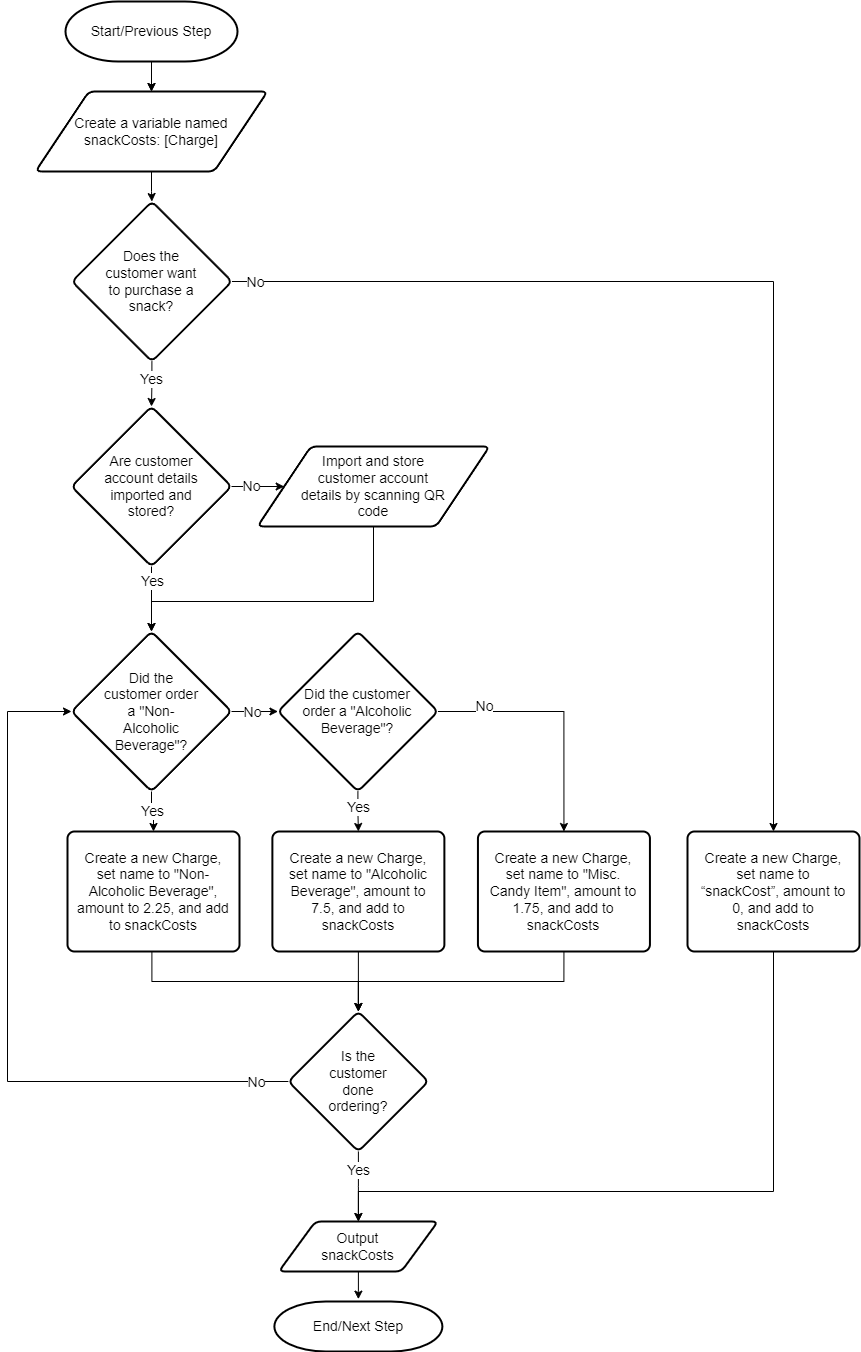
lucanovello/Winter-2024 keeps this draw.io diagram as APS145NFF/W5/logic3-Luca Novello_part4.png. Above is the earlier version. Source tidied: cells renumbered, new cells last; positions are measured from the earlier drawing's top-left corner, leaving out a move shared by most shapes.
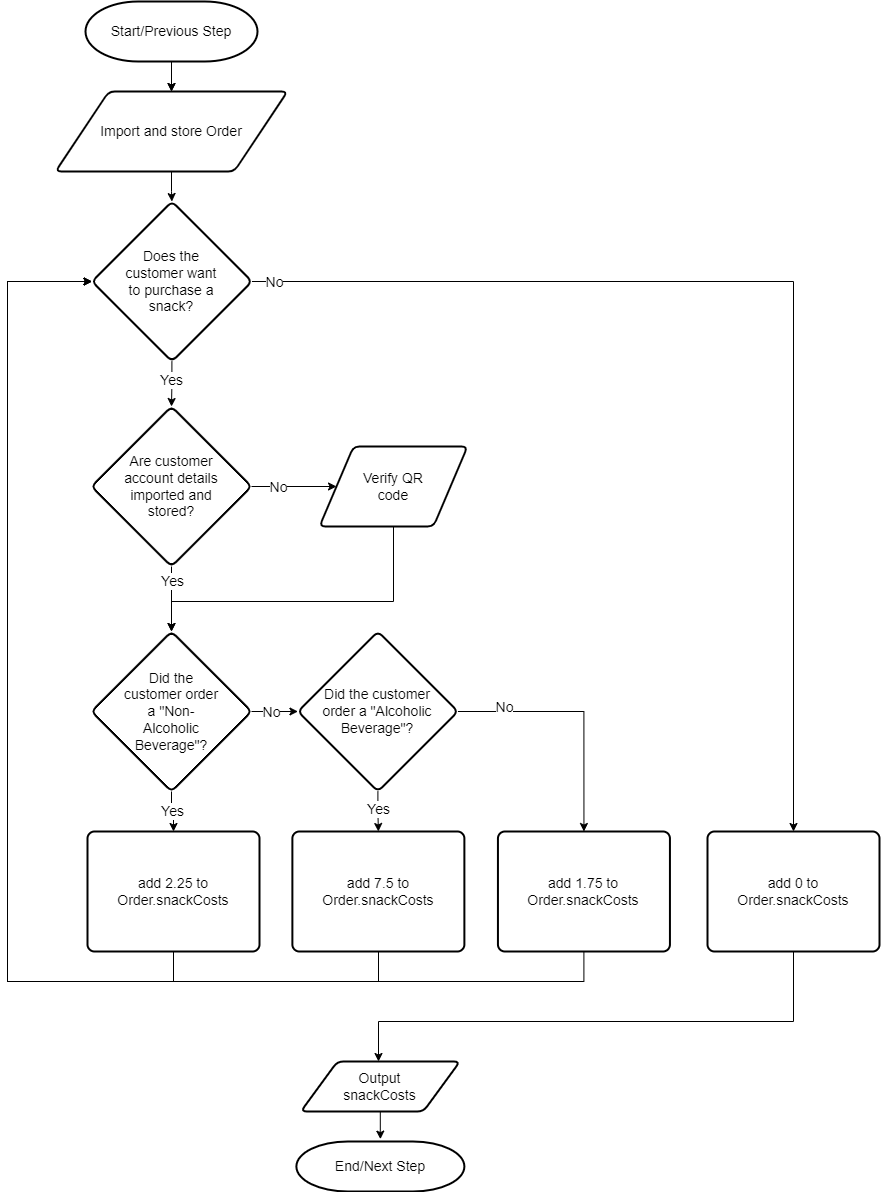
The same diagram one commit later.

Diff of the diagram source:
```diff
@@ -53,71 +53,55 @@
     <mxCell id="14" style="edgeStyle=orthogonalEdgeStyle;rounded=0;jettySize=auto;html=1;fontSize=14;" parent="1" edge="1" source="15" target="35">
       <mxGeometry relative="1" as="geometry" />
     </mxCell>
-    <mxCell id="15" value="&lt;div style=&quot;font-size: 14px;&quot;&gt;&lt;div style=&quot;font-size: 14px;&quot;&gt;Create a variable named snackCosts: [Charge]&lt;/div&gt;&lt;/div&gt;" style="shape=parallelogram;html=1;strokeWidth=2;perimeter=parallelogramPerimeter;whiteSpace=wrap;rounded=1;arcSize=12;size=0.23;spacing=20;spacingTop=0;spacingBottom=0;spacingLeft=15;spacingRight=15;fontSize=14;" parent="1" vertex="1">
+    <mxCell id="15" value="&lt;div style=&quot;font-size: 14px;&quot;&gt;&lt;div style=&quot;font-size: 14px;&quot;&gt;&lt;div&gt;Import and store Order&lt;/div&gt;&lt;/div&gt;&lt;/div&gt;" style="shape=parallelogram;html=1;strokeWidth=2;perimeter=parallelogramPerimeter;whiteSpace=wrap;rounded=1;arcSize=12;size=0.23;spacing=20;spacingTop=0;spacingBottom=0;spacingLeft=15;spacingRight=15;fontSize=14;" parent="1" vertex="1">
       <mxGeometry x="28" y="90" width="232" height="80" as="geometry" />
     </mxCell>
     <mxCell id="16" style="edgeStyle=orthogonalEdgeStyle;rounded=0;jettySize=auto;html=1;entryX=0.5;entryY=-0.047;entryDx=0;entryDy=0;entryPerimeter=0;fontSize=14;" parent="1" edge="1" source="17" target="20">
       <mxGeometry relative="1" as="geometry" />
     </mxCell>
     <mxCell id="17" value="&lt;div style=&quot;font-size: 14px;&quot;&gt;Output snackCosts&lt;/div&gt;" style="shape=parallelogram;html=1;strokeWidth=2;perimeter=parallelogramPerimeter;whiteSpace=wrap;rounded=1;arcSize=12;size=0.23;spacing=20;spacingTop=20;spacingBottom=20;spacingLeft=30;spacingRight=30;fontSize=14;" parent="1" vertex="1">
-      <mxGeometry x="271.3" y="1220" width="159.1" height="50" as="geometry" />
+      <mxGeometry x="273.3" y="1060" width="159.1" height="50" as="geometry" />
     </mxCell>
-    <mxCell id="18" style="edgeStyle=orthogonalEdgeStyle;rounded=0;jettySize=auto;html=1;fontSize=14;exitX=0.5;exitY=1;exitDx=0;exitDy=0;" parent="1" edge="1" source="29" target="25">
-      <mxGeometry relative="1" as="geometry" />
-    </mxCell>
     <mxCell id="19" style="edgeStyle=orthogonalEdgeStyle;rounded=0;jettySize=auto;html=1;fontSize=14;exitX=0.5;exitY=1;exitDx=0;exitDy=0;exitPerimeter=0;" parent="1" edge="1" source="3" target="15">
       <mxGeometry relative="1" as="geometry" />
     </mxCell>
     <mxCell id="20" value="End/Next Step" style="strokeWidth=2;html=1;shape=mxgraph.flowchart.terminator;whiteSpace=wrap;spacing=20;spacingTop=5;spacingBottom=5;spacingLeft=5;spacingRight=5;fontSize=14;" parent="1" vertex="1">
-      <mxGeometry x="266.9" y="1300" width="168" height="50" as="geometry" />
+      <mxGeometry x="268.9" y="1140" width="168" height="50" as="geometry" />
     </mxCell>
-    <mxCell id="21" style="edgeStyle=orthogonalEdgeStyle;rounded=0;jettySize=auto;html=1;fontSize=14;" parent="1" edge="1" source="25" target="17">
-      <mxGeometry relative="1" as="geometry" />
-    </mxCell>
-    <mxCell id="22" value="Yes" style="edgeLabel;html=1;align=center;verticalAlign=middle;fontSize=14;" parent="21" vertex="1">
-      <mxGeometry x="-0.16" y="-1" relative="1" as="geometry">
-        <mxPoint x="1" y="-10" as="offset" />
-      </mxGeometry>
-    </mxCell>
-    <mxCell id="23" style="edgeStyle=orthogonalEdgeStyle;rounded=0;jettySize=auto;html=1;entryX=0;entryY=0.5;entryDx=0;entryDy=0;exitX=0;exitY=0.5;exitDx=0;exitDy=0;fontSize=14;" parent="1" edge="1" source="25" target="13">
-      <mxGeometry relative="1" as="geometry">
-        <Array as="points">
-          <mxPoint y="1080" />
-          <mxPoint y="710" />
-        </Array>
-      </mxGeometry>
-    </mxCell>
-    <mxCell id="24" value="No" style="edgeLabel;html=1;align=center;verticalAlign=middle;fontSize=14;" parent="23" vertex="1">
-      <mxGeometry x="-0.9" y="1" relative="1" as="geometry">
-        <mxPoint x="2" y="-1" as="offset" />
-      </mxGeometry>
-    </mxCell>
-    <mxCell id="25" value="&lt;p style=&quot;line-height: 120%; font-size: 14px;&quot;&gt;Is the customer done ordering?&lt;br style=&quot;font-size: 14px;&quot;&gt;&lt;/p&gt;" style="rhombus;whiteSpace=wrap;html=1;strokeWidth=2;rounded=1;arcSize=12;verticalAlign=middle;horizontal=1;spacing=21;spacingBottom=5;spacingTop=5;spacingLeft=5;spacingRight=5;fontSize=14;" parent="1" vertex="1">
-      <mxGeometry x="280.9" y="1010" width="140" height="140" as="geometry" />
-    </mxCell>
-    <mxCell id="26" style="edgeStyle=orthogonalEdgeStyle;rounded=0;jettySize=auto;html=1;entryX=0.5;entryY=0;entryDx=0;entryDy=0;fontSize=14;exitX=0.5;exitY=1;exitDx=0;exitDy=0;" parent="1" edge="1" source="30" target="25">
-      <mxGeometry relative="1" as="geometry">
-        <Array as="points">
-          <mxPoint x="556.4" y="980" />
-          <mxPoint x="350.4" y="980" />
-        </Array>
-      </mxGeometry>
-    </mxCell>
-    <mxCell id="27" style="edgeStyle=orthogonalEdgeStyle;rounded=0;jettySize=auto;html=1;entryX=0.5;entryY=0;entryDx=0;entryDy=0;fontSize=14;" parent="1" edge="1" source="28" target="25">
-      <mxGeometry relative="1" as="geometry">
-        <Array as="points">
-          <mxPoint x="144.4" y="980" />
-          <mxPoint x="350.4" y="980" />
-        </Array>
-      </mxGeometry>
-    </mxCell>
+    <mxCell id="45" style="edgeStyle=orthogonalEdgeStyle;rounded=0;jettySize=auto;html=1;entryX=0;entryY=0.5;entryDx=0;entryDy=0;" parent="1" edge="1" source="28" target="35">
+      <mxGeometry relative="1" as="geometry">
+        <Array as="points">
+          <mxPoint x="146" y="980" />
+          <mxPoint x="-20" y="980" />
+          <mxPoint x="-20" y="280" />
+        </Array>
+      </mxGeometry>
+    </mxCell>
-    <mxCell id="28" value="Create a new Charge, set name to &quot;Non-Alcoholic Beverage&quot;, amount to 2.25, and add to snackCosts" style="rounded=1;whiteSpace=wrap;html=1;absoluteArcSize=1;arcSize=14;strokeWidth=2;spacing=10;spacingTop=0;spacingBottom=0;spacingLeft=0;spacingRight=0;fontSize=14;" parent="1" vertex="1">
+    <mxCell id="28" value="add 2.25 to Order.snackCosts" style="rounded=1;whiteSpace=wrap;html=1;absoluteArcSize=1;arcSize=14;strokeWidth=2;spacing=10;spacingTop=0;spacingBottom=0;spacingLeft=0;spacingRight=0;fontSize=14;" parent="1" vertex="1">
       <mxGeometry x="60" y="830" width="172" height="120" as="geometry" />
     </mxCell>
+    <mxCell id="46" style="edgeStyle=orthogonalEdgeStyle;rounded=0;jettySize=auto;html=1;entryX=0;entryY=0.5;entryDx=0;entryDy=0;" parent="1" edge="1" source="29" target="35">
+      <mxGeometry relative="1" as="geometry">
+        <Array as="points">
+          <mxPoint x="351" y="980" />
+          <mxPoint x="-20" y="980" />
+          <mxPoint x="-20" y="280" />
+        </Array>
+      </mxGeometry>
+    </mxCell>
-    <mxCell id="29" value="Create a new Charge, set name to &quot;Alcoholic Beverage&quot;, amount to 7.5, and add to snackCosts" style="rounded=1;whiteSpace=wrap;html=1;absoluteArcSize=1;arcSize=14;strokeWidth=2;spacing=10;spacingTop=0;spacingBottom=0;spacingLeft=0;spacingRight=0;fontSize=14;" parent="1" vertex="1">
+    <mxCell id="29" value="add 7.5 to Order.snackCosts" style="rounded=1;whiteSpace=wrap;html=1;absoluteArcSize=1;arcSize=14;strokeWidth=2;spacing=10;spacingTop=0;spacingBottom=0;spacingLeft=0;spacingRight=0;fontSize=14;" parent="1" vertex="1">
       <mxGeometry x="264.9" y="830" width="172" height="120" as="geometry" />
     </mxCell>
+    <mxCell id="47" style="edgeStyle=orthogonalEdgeStyle;rounded=0;jettySize=auto;html=1;entryX=0;entryY=0.5;entryDx=0;entryDy=0;" parent="1" edge="1" source="30" target="35">
+      <mxGeometry relative="1" as="geometry">
+        <Array as="points">
+          <mxPoint x="556" y="980" />
+          <mxPoint x="-20" y="980" />
+          <mxPoint x="-20" y="280" />
+        </Array>
+      </mxGeometry>
+    </mxCell>
-    <mxCell id="30" value="Create a new Charge, set name to &quot;Misc. Candy Item&quot;, amount to 1.75, and add to snackCosts" style="rounded=1;whiteSpace=wrap;html=1;absoluteArcSize=1;arcSize=14;strokeWidth=2;spacing=10;spacingTop=0;spacingBottom=0;spacingLeft=0;spacingRight=0;fontSize=14;" parent="1" vertex="1">
+    <mxCell id="30" value="add 1.75 to Order.snackCosts" style="rounded=1;whiteSpace=wrap;html=1;absoluteArcSize=1;arcSize=14;strokeWidth=2;spacing=10;spacingTop=0;spacingBottom=0;spacingLeft=0;spacingRight=0;fontSize=14;" parent="1" vertex="1">
       <mxGeometry x="470.4" y="830" width="172" height="120" as="geometry" />
     </mxCell>
     <mxCell id="31" style="edgeStyle=orthogonalEdgeStyle;rounded=0;jettySize=auto;html=1;fontSize=14;" parent="1" edge="1" source="35" target="40">
@@ -139,7 +123,9 @@
       <mxGeometry relative="1" as="geometry" />
     </mxCell>
     <mxCell id="37" value="No" style="edgeLabel;html=1;align=center;verticalAlign=middle;fontSize=14;" parent="36" vertex="1">
-      <mxGeometry x="0.16" y="1" relative="1" as="geometry" />
+      <mxGeometry x="0.16" y="1" relative="1" as="geometry">
+        <mxPoint x="-24" y="1" as="offset" />
+      </mxGeometry>
     </mxCell>
     <mxCell id="38" style="edgeStyle=orthogonalEdgeStyle;rounded=0;jettySize=auto;html=1;fontSize=14;" parent="1" edge="1" source="40" target="13">
       <mxGeometry relative="1" as="geometry" />
@@ -158,18 +144,19 @@
         </Array>
       </mxGeometry>
     </mxCell>
-    <mxCell id="42" value="&lt;div style=&quot;font-size: 14px;&quot;&gt;&lt;div style=&quot;font-size: 14px;&quot;&gt;Import and store customer account details by scanning QR code&lt;/div&gt;&lt;/div&gt;" style="shape=parallelogram;html=1;strokeWidth=2;perimeter=parallelogramPerimeter;whiteSpace=wrap;rounded=1;arcSize=12;size=0.23;spacing=20;spacingTop=0;spacingBottom=0;spacingLeft=20;spacingRight=20;fontSize=14;" parent="1" vertex="1">
-      <mxGeometry x="250" y="445" width="232" height="80" as="geometry" />
+    <mxCell id="42" value="&lt;div style=&quot;font-size: 14px;&quot;&gt;&lt;div style=&quot;font-size: 14px;&quot;&gt;Verify QR code&lt;/div&gt;&lt;/div&gt;" style="shape=parallelogram;html=1;strokeWidth=2;perimeter=parallelogramPerimeter;whiteSpace=wrap;rounded=1;arcSize=12;size=0.23;spacing=20;spacingTop=0;spacingBottom=0;spacingLeft=20;spacingRight=20;fontSize=14;" parent="1" vertex="1">
+      <mxGeometry x="292" y="445" width="148" height="80" as="geometry" />
     </mxCell>
     <mxCell id="43" style="edgeStyle=orthogonalEdgeStyle;rounded=0;jettySize=auto;html=1;entryX=0.5;entryY=0;entryDx=0;entryDy=0;fontSize=14;" parent="1" edge="1" source="44" target="17">
       <mxGeometry relative="1" as="geometry">
         <Array as="points">
-          <mxPoint x="766" y="1190" />
-          <mxPoint x="351" y="1190" />
+          <mxPoint x="766" y="1020" />
+          <mxPoint x="351" y="1020" />
+          <mxPoint x="351" y="1060" />
         </Array>
       </mxGeometry>
     </mxCell>
-    <mxCell id="44" value="Create a new Charge, set name to “snackCost”, amount to 0, and add to snackCosts" style="rounded=1;whiteSpace=wrap;html=1;absoluteArcSize=1;arcSize=14;strokeWidth=2;spacing=10;spacingTop=0;spacingBottom=0;spacingLeft=0;spacingRight=0;fontSize=14;" parent="1" vertex="1">
+    <mxCell id="44" value="add 0 to Order.snackCosts" style="rounded=1;whiteSpace=wrap;html=1;absoluteArcSize=1;arcSize=14;strokeWidth=2;spacing=10;spacingTop=0;spacingBottom=0;spacingLeft=0;spacingRight=0;fontSize=14;" parent="1" vertex="1">
       <mxGeometry x="680" y="830" width="172" height="120" as="geometry" />
     </mxCell>
   </root>
```
